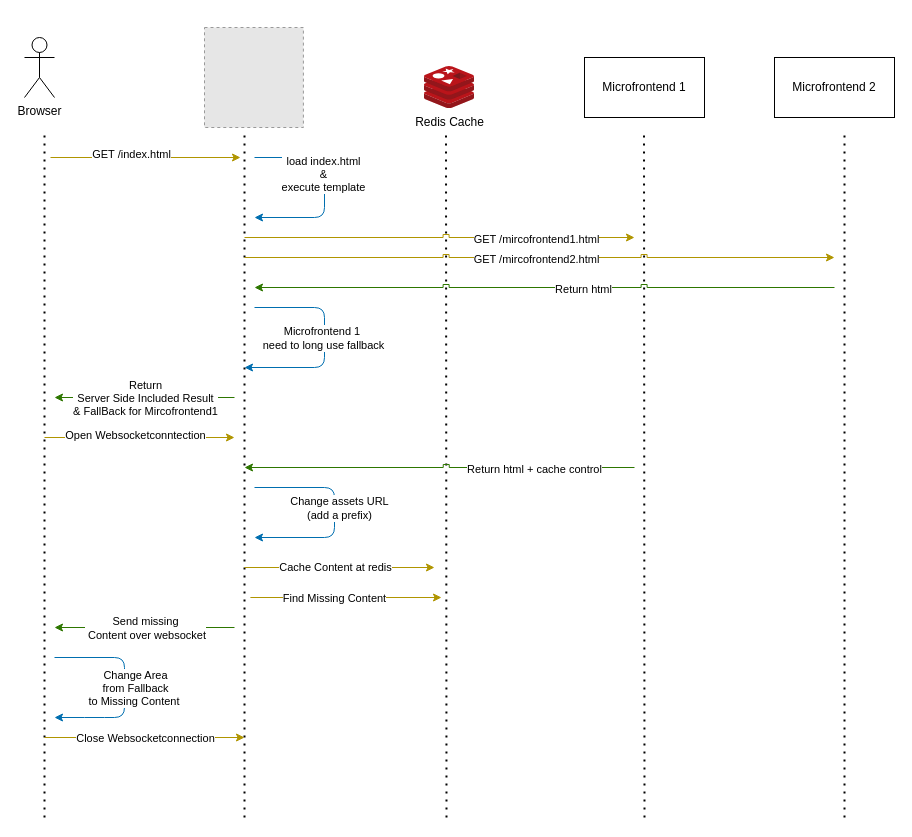
This is page "unhappy_path_2" (6 of 6) of doc/micropuzzle.drawio from fasibio/micropuzzle, a draw.io file, before an edit. Source tidied: cells renumbered, new cells numbered last; positions are measured from the earlier drawing's top-left corner, leaving out a move shared by most shapes. Both pictures are drawn from the tidied source at 100%, with x=0, y=0 at pixel (24, 27). Pictures stored in the file or linked from it are replaced by grey dashed boxes.
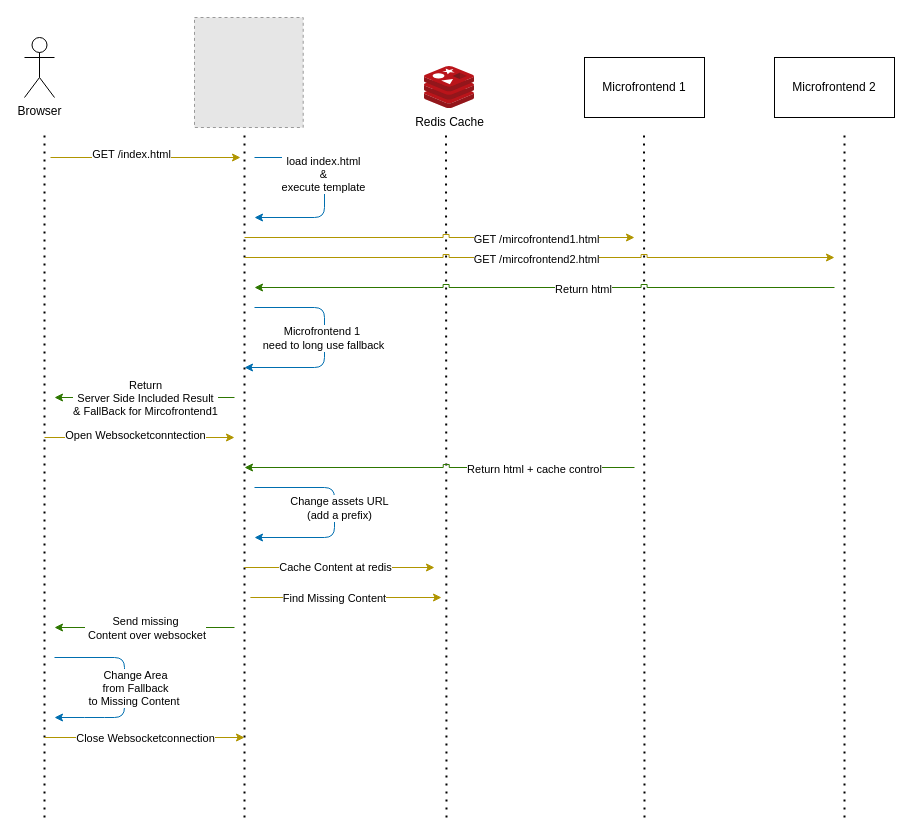
The same page after the edit.

What changed in the source:
```diff
@@
-    <mxCell id="4" style="fillColor=#E6E6E6;strokeColor=#999999;dashed=1;verticalLabelPosition=bottom;verticalAlign=top;" parent="1" vertex="1">
-      <mxGeometry x="180" width="98.9" height="100" as="geometry" />
-    </mxCell>
@@
+    <mxCell id="42" style="fillColor=#E6E6E6;strokeColor=#999999;dashed=1;verticalLabelPosition=bottom;labelBackgroundColor=#ffffff;verticalAlign=top;" parent="1" vertex="1">
+      <mxGeometry x="170" y="-10" width="108.7" height="110" as="geometry" />
+    </mxCell>
```
